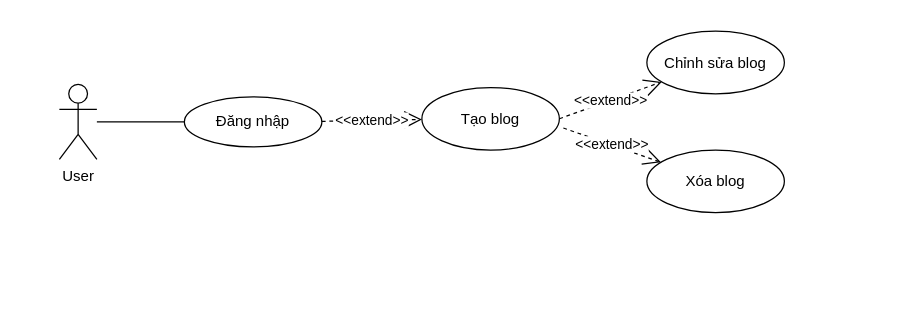
TranThanhHoang123/Blog keeps this draw.io diagram as BlogProject/BlogProject/Taoblog.drawio. Above is the earlier version. Source tidied: cells renumbered, new cells numbered last; positions are measured from the earlier drawing's top-left corner, leaving out a move shared by most shapes. Both pictures are drawn from the tidied source at 125%, with x=0, y=0 at pixel (59, 31).
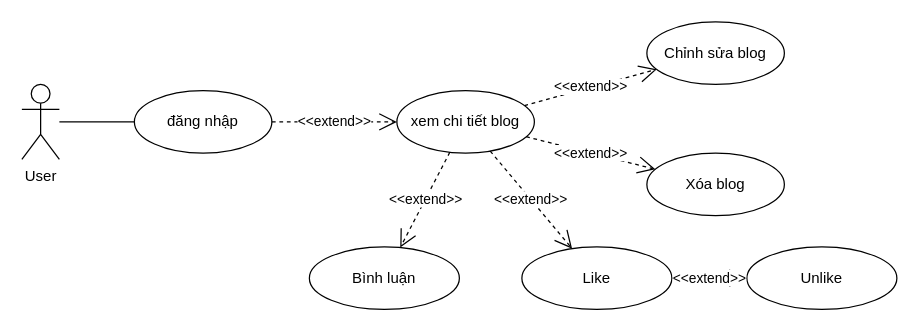
Above is the later version.

Change to the diagram source:
```diff
@@
 <mxGraphModel>
   <root>
     <mxCell id="0" />
     <mxCell id="1" parent="0" />
     <mxCell id="2" value="User" style="shape=umlActor;verticalLabelPosition=bottom;verticalAlign=top;html=1;outlineConnect=0;" parent="1" vertex="1">
-      <mxGeometry y="42" width="30" height="60" as="geometry" />
+      <mxGeometry x="-30" y="42" width="30" height="60" as="geometry" />
     </mxCell>
-    <mxCell id="3" value="Đăng nhập" style="ellipse;whiteSpace=wrap;html=1;" parent="1" vertex="1">
-      <mxGeometry x="100" y="52" width="110" height="40" as="geometry" />
-    </mxCell>
-    <mxCell id="4" value="Tạo blog" style="ellipse;whiteSpace=wrap;html=1;" parent="1" vertex="1">
-      <mxGeometry x="290" y="44.5" width="110" height="50" as="geometry" />
+    <mxCell id="4" value="đăng nhập" style="ellipse;whiteSpace=wrap;html=1;" parent="1" vertex="1">
+      <mxGeometry x="60" y="47" width="110" height="50" as="geometry" />
     </mxCell>
     <mxCell id="5" value="Chỉnh sửa blog" style="ellipse;whiteSpace=wrap;html=1;" parent="1" vertex="1">
-      <mxGeometry x="470" y="-0.5" width="110" height="50" as="geometry" />
+      <mxGeometry x="470" y="-8" width="110" height="50" as="geometry" />
     </mxCell>
     <mxCell id="6" value="Xóa blog" style="ellipse;whiteSpace=wrap;html=1;" parent="1" vertex="1">
-      <mxGeometry x="470" y="94.5" width="110" height="50" as="geometry" />
+      <mxGeometry x="470" y="97" width="110" height="50" as="geometry" />
     </mxCell>
-    <mxCell id="7" style="endArrow=none;html=1;rounded=0;" parent="1" edge="1" source="2" target="3">
+    <mxCell id="7" style="endArrow=none;html=1;rounded=0;" parent="1" edge="1" source="2" target="4">
       <mxGeometry relative="1" as="geometry" />
     </mxCell>
-    <mxCell id="8" value="&amp;lt;&amp;lt;extend&amp;gt;&amp;gt;" style="endArrow=open;endSize=12;dashed=1;html=1;rounded=0;strokeColor=default;align=center;verticalAlign=middle;fontFamily=Helvetica;fontSize=11;fontColor=default;labelBackgroundColor=default;edgeStyle=none;exitX=1;exitY=0.5;exitDx=0;exitDy=0;" parent="1" edge="1" source="4" target="5">
+    <mxCell id="8" value="&amp;lt;&amp;lt;extend&amp;gt;&amp;gt;" style="endArrow=open;endSize=12;dashed=1;html=1;rounded=0;strokeColor=default;align=center;verticalAlign=middle;fontFamily=Helvetica;fontSize=11;fontColor=default;labelBackgroundColor=default;edgeStyle=none;" parent="1" edge="1" source="11" target="5">
       <mxGeometry relative="1" as="geometry" />
     </mxCell>
-    <mxCell id="9" value="&amp;lt;&amp;lt;extend&amp;gt;&amp;gt;" style="endArrow=open;endSize=12;dashed=1;html=1;rounded=0;strokeColor=default;align=center;verticalAlign=middle;fontFamily=Helvetica;fontSize=11;fontColor=default;labelBackgroundColor=default;edgeStyle=none;exitX=1.029;exitY=0.648;exitDx=0;exitDy=0;exitPerimeter=0;" parent="1" edge="1" source="4" target="6">
+    <mxCell id="9" value="&amp;lt;&amp;lt;extend&amp;gt;&amp;gt;" style="endArrow=open;endSize=12;dashed=1;html=1;rounded=0;strokeColor=default;align=center;verticalAlign=middle;fontFamily=Helvetica;fontSize=11;fontColor=default;labelBackgroundColor=default;edgeStyle=none;" parent="1" edge="1" source="11" target="6">
       <mxGeometry relative="1" as="geometry" />
     </mxCell>
-    <mxCell id="10" value="&amp;lt;&amp;lt;extend&amp;gt;&amp;gt;" style="endArrow=open;endSize=12;dashed=1;html=1;rounded=0;strokeColor=default;align=center;verticalAlign=middle;fontFamily=Helvetica;fontSize=11;fontColor=default;labelBackgroundColor=default;edgeStyle=none;" parent="1" edge="1" source="3" target="4">
-      <mxGeometry relative="1" as="geometry" />
-    </mxCell>
+    <mxCell id="11" value="xem chi tiết blog" style="ellipse;whiteSpace=wrap;html=1;" parent="1" vertex="1">
+      <mxGeometry x="270" y="47" width="110" height="50" as="geometry" />
+    </mxCell>
+    <mxCell id="12" value="&amp;lt;&amp;lt;extend&amp;gt;&amp;gt;" style="endArrow=open;endSize=12;dashed=1;html=1;rounded=0;strokeColor=default;align=center;verticalAlign=middle;fontFamily=Helvetica;fontSize=11;fontColor=default;labelBackgroundColor=default;edgeStyle=none;" parent="1" edge="1" source="4" target="11">
+      <mxGeometry relative="1" as="geometry" />
+    </mxCell>
+    <mxCell id="13" value="Like" style="ellipse;whiteSpace=wrap;html=1;" parent="1" vertex="1">
+      <mxGeometry x="370" y="172" width="120" height="50" as="geometry" />
+    </mxCell>
+    <mxCell id="14" value="Unlike" style="ellipse;whiteSpace=wrap;html=1;" parent="1" vertex="1">
+      <mxGeometry x="550" y="172" width="120" height="50" as="geometry" />
+    </mxCell>
+    <mxCell id="15" value="&amp;lt;&amp;lt;extend&amp;gt;&amp;gt;" style="endArrow=open;endSize=12;dashed=1;html=1;rounded=0;strokeColor=default;align=center;verticalAlign=middle;fontFamily=Helvetica;fontSize=11;fontColor=default;labelBackgroundColor=default;edgeStyle=none;" parent="1" edge="1" source="13" target="14">
+      <mxGeometry relative="1" as="geometry" />
+    </mxCell>
+    <mxCell id="16" value="&amp;lt;&amp;lt;extend&amp;gt;&amp;gt;" style="endArrow=open;endSize=12;dashed=1;html=1;rounded=0;strokeColor=default;align=center;verticalAlign=middle;fontFamily=Helvetica;fontSize=11;fontColor=default;labelBackgroundColor=default;edgeStyle=none;" parent="1" edge="1" source="11" target="13">
+      <mxGeometry relative="1" as="geometry" />
+    </mxCell>
+    <mxCell id="17" value="Bình luận" style="ellipse;whiteSpace=wrap;html=1;" parent="1" vertex="1">
+      <mxGeometry x="200" y="172" width="120" height="50" as="geometry" />
+    </mxCell>
+    <mxCell id="18" value="&amp;lt;&amp;lt;extend&amp;gt;&amp;gt;" style="endArrow=open;endSize=12;dashed=1;html=1;rounded=0;strokeColor=default;align=center;verticalAlign=middle;fontFamily=Helvetica;fontSize=11;fontColor=default;labelBackgroundColor=default;edgeStyle=none;" parent="1" edge="1" source="11" target="17">
+      <mxGeometry relative="1" as="geometry" />
+    </mxCell>
   </root>
 </mxGraphModel>
```
